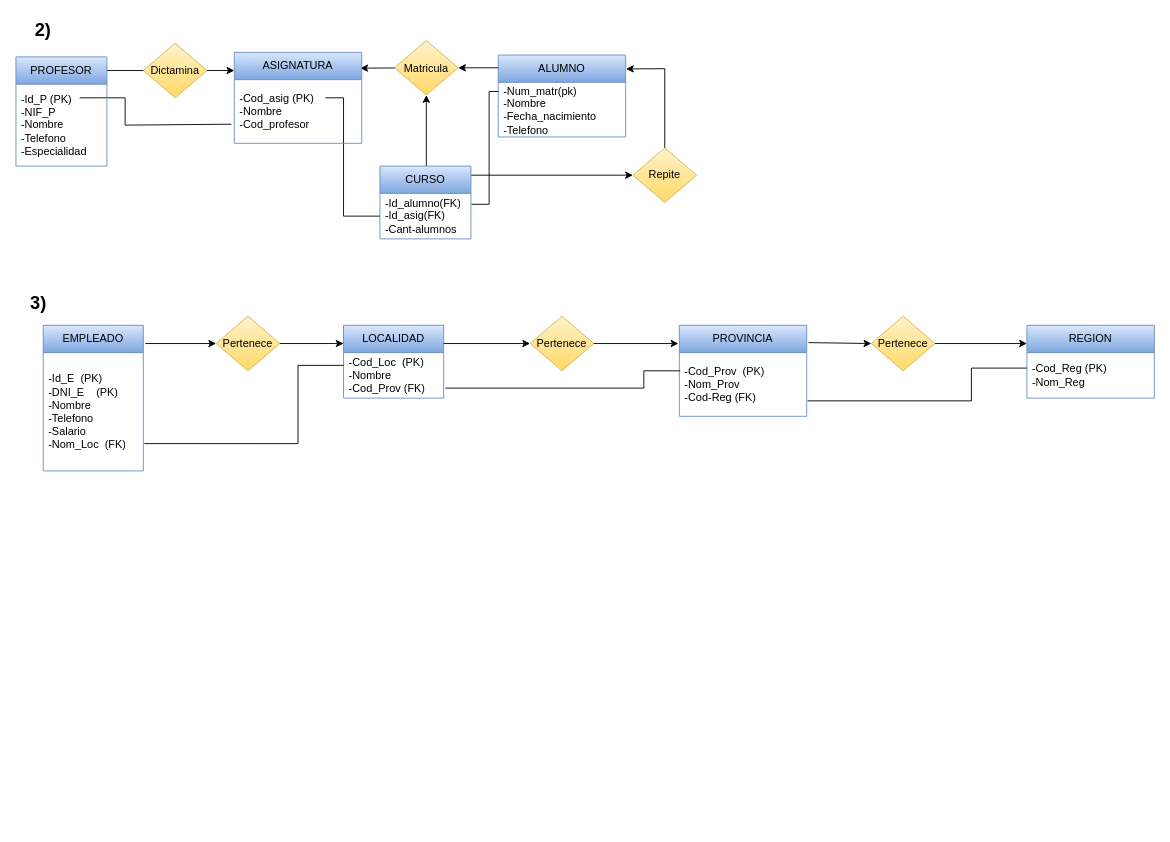
The draw.io diagram Diagrama sin título.drawio in NahuelLV/Base-de-Datos, before the edit. Source tidied: cells renumbered, new cells numbered last; positions are measured from the earlier drawing's top-left corner, leaving out a move shared by most shapes. Both pictures are drawn from the tidied source at 91%, with x=0, y=0 at pixel (15, 15).
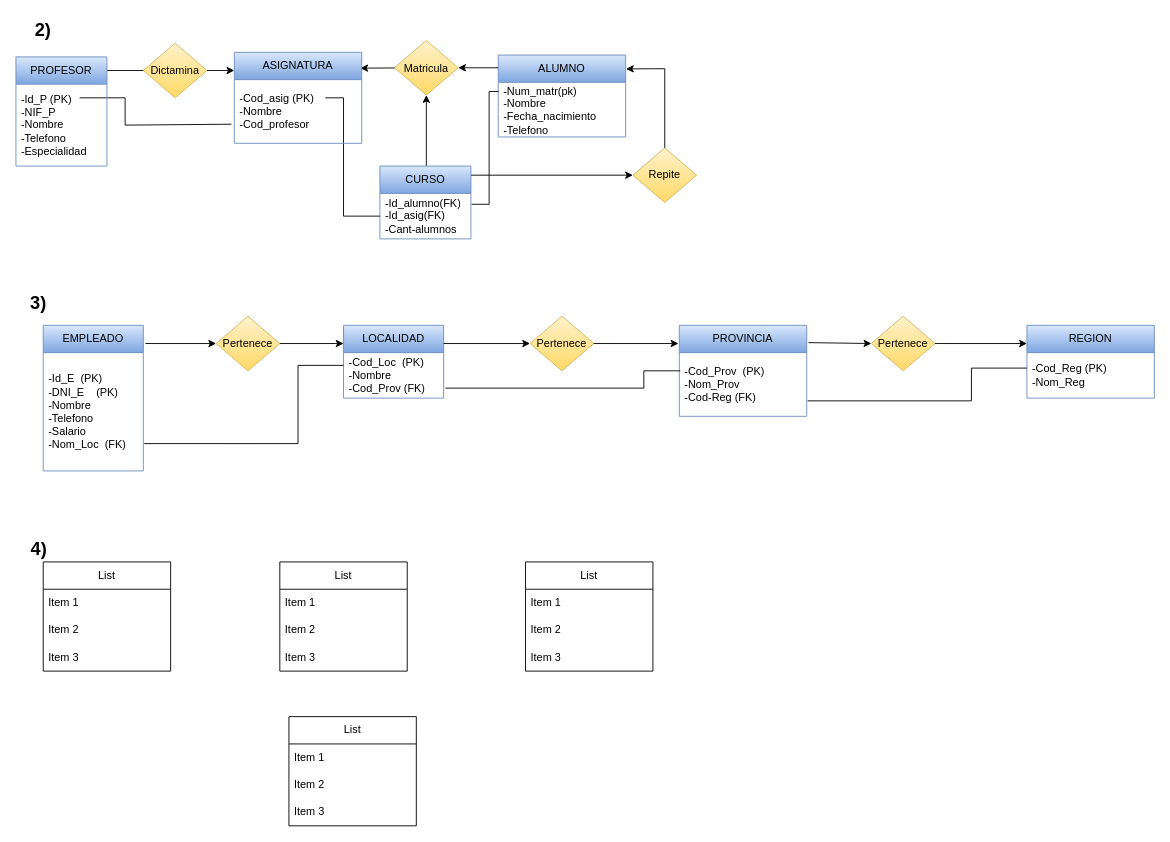
After the change.

Change to the diagram source:
```diff
@@
+    <mxCell id="49" value="&lt;font size=&quot;1&quot;&gt;&lt;b style=&quot;font-size: 20px;&quot;&gt;4)&lt;/b&gt;&lt;/font&gt;" style="text;html=1;strokeColor=none;fillColor=none;align=center;verticalAlign=middle;whiteSpace=wrap;rounded=0;" parent="1" vertex="1">
+      <mxGeometry x="12.5" y="570" width="25" height="30" as="geometry" />
+    </mxCell>
+    <mxCell id="50" value="List" style="swimlane;fontStyle=0;horizontal=1;startSize=30;whiteSpace=wrap;html=1;" parent="1" vertex="1">
+      <mxGeometry x="30" y="600" width="140" height="120" as="geometry" />
+    </mxCell>
+    <mxCell id="51" value="Item 1" style="text;strokeColor=none;fillColor=none;align=left;verticalAlign=middle;spacingLeft=4;spacingRight=4;overflow=hidden;whiteSpace=wrap;html=1;" parent="50" vertex="1">
+      <mxGeometry y="30" width="140" height="30" as="geometry" />
+    </mxCell>
+    <mxCell id="52" value="Item 2" style="text;strokeColor=none;fillColor=none;align=left;verticalAlign=middle;spacingLeft=4;spacingRight=4;overflow=hidden;whiteSpace=wrap;html=1;" parent="50" vertex="1">
+      <mxGeometry y="60" width="140" height="30" as="geometry" />
+    </mxCell>
+    <mxCell id="53" value="Item 3" style="text;strokeColor=none;fillColor=none;align=left;verticalAlign=middle;spacingLeft=4;spacingRight=4;overflow=hidden;whiteSpace=wrap;html=1;" parent="50" vertex="1">
+      <mxGeometry y="90" width="140" height="30" as="geometry" />
+    </mxCell>
+    <mxCell id="54" value="List" style="swimlane;fontStyle=0;horizontal=1;startSize=30;whiteSpace=wrap;html=1;" parent="1" vertex="1">
+      <mxGeometry x="300" y="770" width="140" height="120" as="geometry" />
+    </mxCell>
+    <mxCell id="55" value="Item 1" style="text;strokeColor=none;fillColor=none;align=left;verticalAlign=middle;spacingLeft=4;spacingRight=4;overflow=hidden;whiteSpace=wrap;html=1;" parent="54" vertex="1">
+      <mxGeometry y="30" width="140" height="30" as="geometry" />
+    </mxCell>
+    <mxCell id="56" value="Item 2" style="text;strokeColor=none;fillColor=none;align=left;verticalAlign=middle;spacingLeft=4;spacingRight=4;overflow=hidden;whiteSpace=wrap;html=1;" parent="54" vertex="1">
+      <mxGeometry y="60" width="140" height="30" as="geometry" />
+    </mxCell>
+    <mxCell id="57" value="Item 3" style="text;strokeColor=none;fillColor=none;align=left;verticalAlign=middle;spacingLeft=4;spacingRight=4;overflow=hidden;whiteSpace=wrap;html=1;" parent="54" vertex="1">
+      <mxGeometry y="90" width="140" height="30" as="geometry" />
+    </mxCell>
+    <mxCell id="58" value="List" style="swimlane;fontStyle=0;horizontal=1;startSize=30;whiteSpace=wrap;html=1;" parent="1" vertex="1">
+      <mxGeometry x="560" y="600" width="140" height="120" as="geometry" />
+    </mxCell>
+    <mxCell id="59" value="Item 1" style="text;strokeColor=none;fillColor=none;align=left;verticalAlign=middle;spacingLeft=4;spacingRight=4;overflow=hidden;whiteSpace=wrap;html=1;" parent="58" vertex="1">
+      <mxGeometry y="30" width="140" height="30" as="geometry" />
+    </mxCell>
+    <mxCell id="60" value="Item 2" style="text;strokeColor=none;fillColor=none;align=left;verticalAlign=middle;spacingLeft=4;spacingRight=4;overflow=hidden;whiteSpace=wrap;html=1;" parent="58" vertex="1">
+      <mxGeometry y="60" width="140" height="30" as="geometry" />
+    </mxCell>
+    <mxCell id="61" value="Item 3" style="text;strokeColor=none;fillColor=none;align=left;verticalAlign=middle;spacingLeft=4;spacingRight=4;overflow=hidden;whiteSpace=wrap;html=1;" parent="58" vertex="1">
+      <mxGeometry y="90" width="140" height="30" as="geometry" />
+    </mxCell>
+    <mxCell id="62" value="List" style="swimlane;fontStyle=0;horizontal=1;startSize=30;whiteSpace=wrap;html=1;" parent="1" vertex="1">
+      <mxGeometry x="290" y="600" width="140" height="120" as="geometry" />
+    </mxCell>
+    <mxCell id="63" value="Item 1" style="text;strokeColor=none;fillColor=none;align=left;verticalAlign=middle;spacingLeft=4;spacingRight=4;overflow=hidden;whiteSpace=wrap;html=1;" parent="62" vertex="1">
+      <mxGeometry y="30" width="140" height="30" as="geometry" />
+    </mxCell>
+    <mxCell id="64" value="Item 2" style="text;strokeColor=none;fillColor=none;align=left;verticalAlign=middle;spacingLeft=4;spacingRight=4;overflow=hidden;whiteSpace=wrap;html=1;" parent="62" vertex="1">
+      <mxGeometry y="60" width="140" height="30" as="geometry" />
+    </mxCell>
+    <mxCell id="65" value="Item 3" style="text;strokeColor=none;fillColor=none;align=left;verticalAlign=middle;spacingLeft=4;spacingRight=4;overflow=hidden;whiteSpace=wrap;html=1;" parent="62" vertex="1">
+      <mxGeometry y="90" width="140" height="30" as="geometry" />
+    </mxCell>
```
